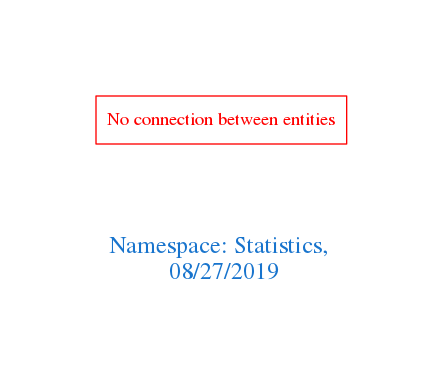
This is downloads/Statistics.png from arago/OGIT, a Graphviz export, as it was before one commit. Its source is kept beside it as downloads/Statistics.dot.
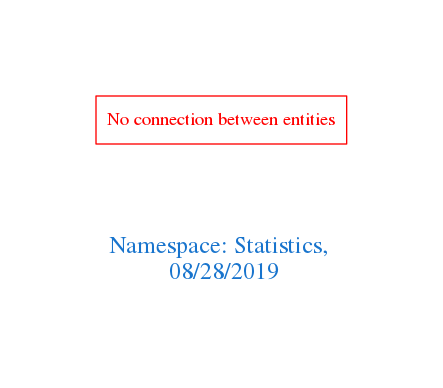
Later version of the same file.

Change to the diagram source:
```diff
@@ -1,7 +1,7 @@
 digraph OGIT_ontology {
  graph [ rankdir= LR,pad=1
 fontsize = 18,
-fontcolor= dodgerblue3,label = "\n\n\nNamespace: Statistics, \n 08/27/2019"];
+fontcolor= dodgerblue3,label = "\n\n\nNamespace: Statistics, \n 08/28/2019"];
 node[shape=polygon];
 edge [  color="gray81"];
 
```
